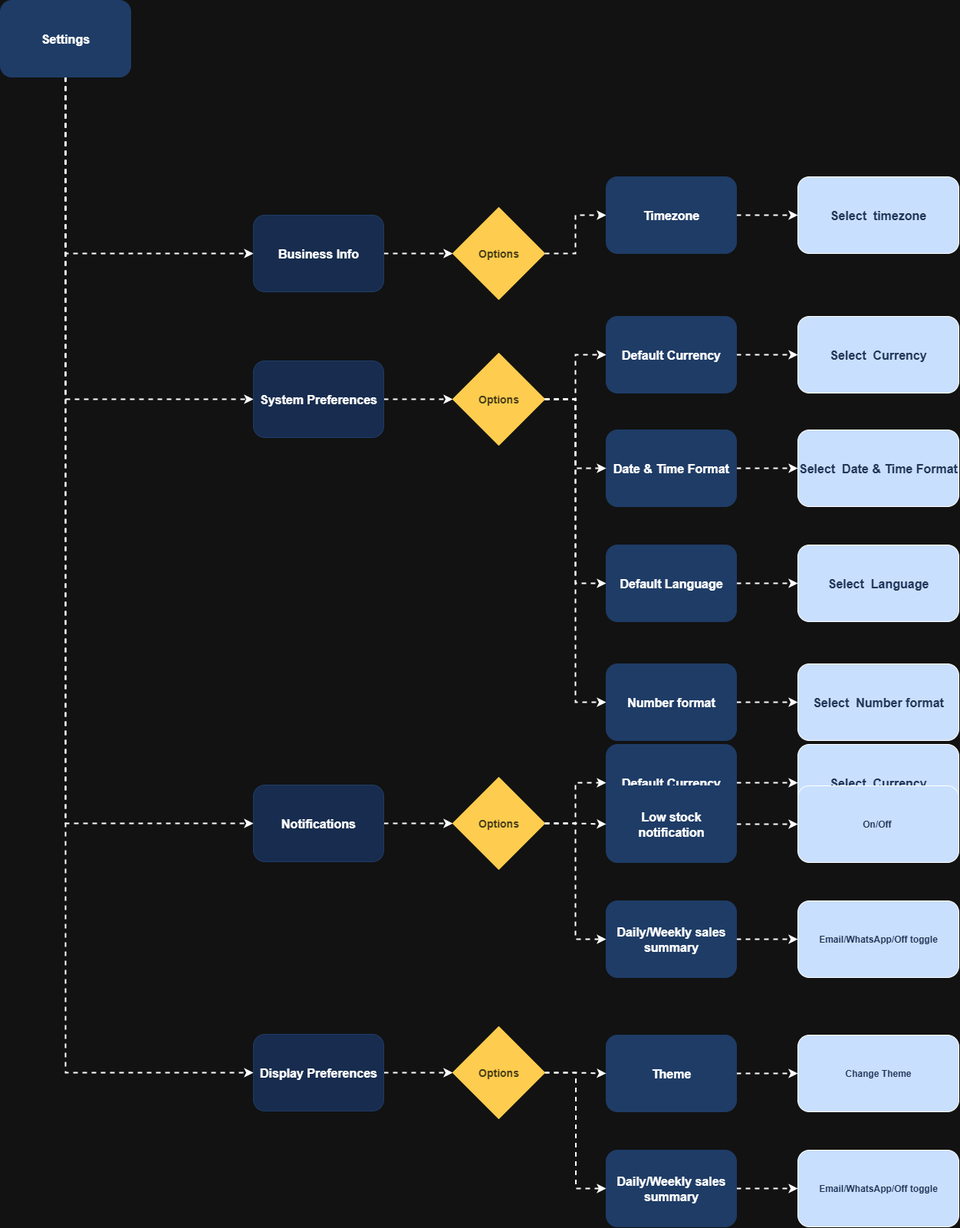
Kevalg-Solanki/MyInventory keeps this draw.io diagram as docs/Diagrams/User flow/Settings Flow.png. Above is the earlier version. Source tidied: cells renumbered, new cells last; positions are measured from the earlier drawing's top-left corner, leaving out a move shared by most shapes.
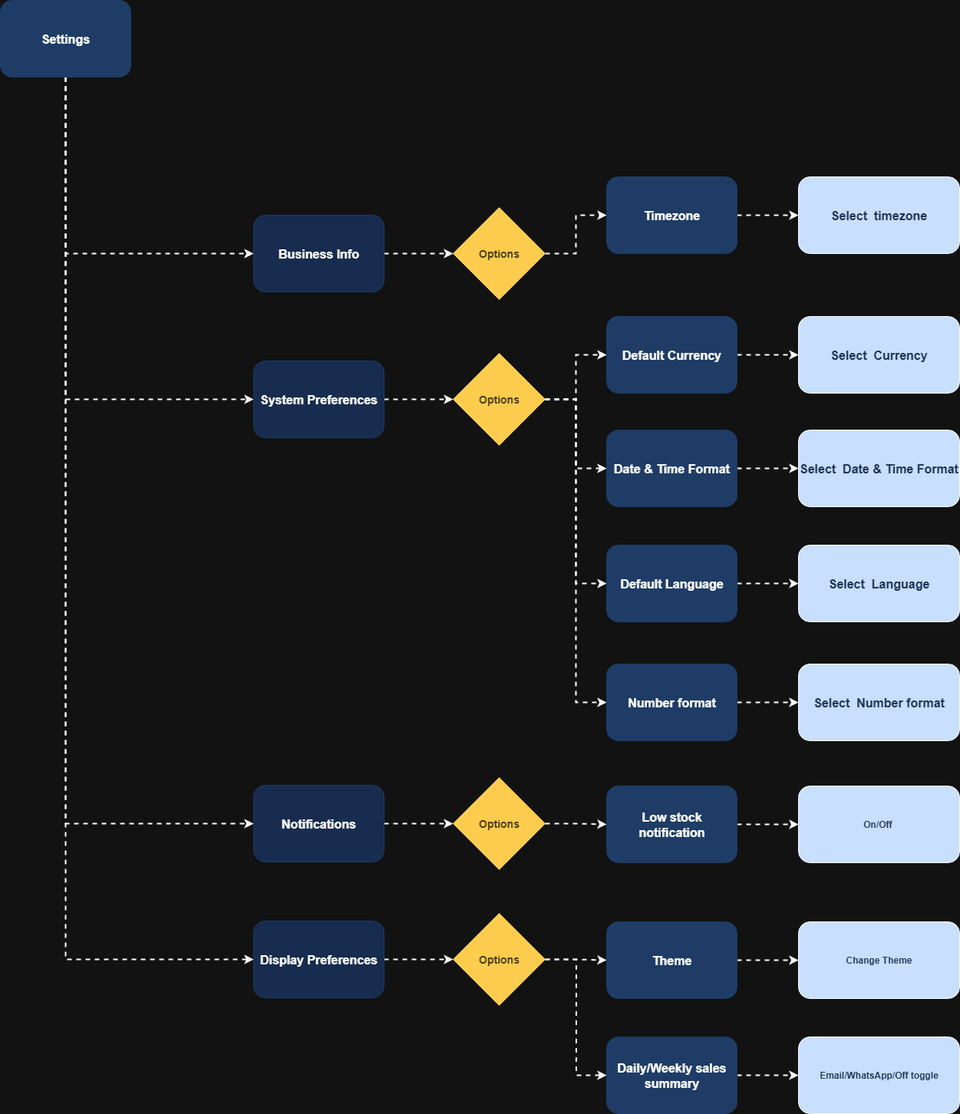
The same diagram one commit later.

Commit message:
docs(UserFlow): Fix in user flow diagrams

The edit, as a diff of the source:
```diff
@@ -28,3 +28,3 @@
         <Array as="points">
-          <mxPoint x="85" y="1398" />
+          <mxPoint x="85" y="1250" />
         </Array>
@@ -35,5 +35,5 @@
     </mxCell>
-    <mxCell id="7" style="edgeStyle=orthogonalEdgeStyle;rounded=0;jettySize=auto;html=1;entryX=0;entryY=0.5;entryDx=0;entryDy=0;dashed=1;strokeWidth=2;" parent="1" edge="1" source="8" target="10">
-      <mxGeometry relative="1" as="geometry" />
-    </mxCell>
+    <mxCell id="59" style="edgeStyle=orthogonalEdgeStyle;rounded=0;jettySize=auto;html=1;entryX=0;entryY=0.5;entryDx=0;entryDy=0;dashed=1;strokeWidth=2;" parent="1" edge="1" source="8" target="61">
+      <mxGeometry relative="1" as="geometry" />
+    </mxCell>
     <mxCell id="8" value="Business Info" style="rounded=1;whiteSpace=wrap;html=1;fillColor=light-dark(#FFFFFF,#172C4E);strokeColor=light-dark(#000000,#1E3C66);fontStyle=1;fontSize=16;" parent="1" vertex="1">
@@ -41,8 +41,8 @@
     </mxCell>
-    <mxCell id="9" style="edgeStyle=orthogonalEdgeStyle;rounded=0;jettySize=auto;html=1;entryX=0;entryY=0.5;entryDx=0;entryDy=0;dashed=1;strokeWidth=2;" parent="1" edge="1" source="10" target="12">
-      <mxGeometry relative="1" as="geometry" />
-    </mxCell>
-    <mxCell id="10" value="&lt;font style=&quot;color: light-dark(rgb(0, 0, 0), rgb(72, 62, 23));&quot;&gt;Options&lt;/font&gt;" style="rhombus;whiteSpace=wrap;html=1;horizontal=1;labelBackgroundColor=none;fillColor=light-dark(#FFFFFF,#FECC4E);fillStyle=solid;strokeColor=light-dark(#000000,#FECC4B);fontStyle=1;fontSize=14;" parent="1" vertex="1">
-      <mxGeometry x="590" y="270" width="120" height="120" as="geometry" />
-    </mxCell>
+    <mxCell id="60" style="edgeStyle=orthogonalEdgeStyle;rounded=0;jettySize=auto;html=1;entryX=0;entryY=0.5;entryDx=0;entryDy=0;dashed=1;strokeWidth=2;" parent="1" edge="1" source="61" target="12">
+      <mxGeometry relative="1" as="geometry" />
+    </mxCell>
+    <mxCell id="61" value="&lt;font style=&quot;color: light-dark(rgb(0, 0, 0), rgb(72, 62, 23));&quot;&gt;Options&lt;/font&gt;" style="rhombus;whiteSpace=wrap;html=1;horizontal=1;labelBackgroundColor=none;fillColor=light-dark(#FFFFFF,#FECC4E);fillStyle=solid;strokeColor=light-dark(#000000,#FECC4B);fontStyle=1;fontSize=14;" parent="1" vertex="1">
+      <mxGeometry x="590" y="270" width="120" height="120" as="geometry" />
+    </mxCell>
     <mxCell id="11" style="edgeStyle=orthogonalEdgeStyle;rounded=0;jettySize=auto;html=1;dashed=1;strokeWidth=2;" parent="1" edge="1" source="12" target="13">
@@ -56,5 +56,5 @@
     </mxCell>
-    <mxCell id="14" style="edgeStyle=orthogonalEdgeStyle;rounded=0;jettySize=auto;html=1;entryX=0;entryY=0.5;entryDx=0;entryDy=0;dashed=1;strokeWidth=2;" parent="1" edge="1" source="15" target="19">
-      <mxGeometry relative="1" as="geometry" />
-    </mxCell>
+    <mxCell id="62" style="edgeStyle=orthogonalEdgeStyle;rounded=0;jettySize=auto;html=1;entryX=0;entryY=0.5;entryDx=0;entryDy=0;dashed=1;strokeWidth=2;" parent="1" edge="1" source="15" target="66">
+      <mxGeometry relative="1" as="geometry" />
+    </mxCell>
     <mxCell id="15" value="System Preferences" style="rounded=1;whiteSpace=wrap;html=1;fillColor=light-dark(#FFFFFF,#172C4E);strokeColor=light-dark(#000000,#1E3C66);fontStyle=1;fontSize=16;" parent="1" vertex="1">
@@ -62,23 +62,23 @@
     </mxCell>
-    <mxCell id="16" style="edgeStyle=orthogonalEdgeStyle;rounded=0;jettySize=auto;html=1;dashed=1;strokeWidth=2;" parent="1" edge="1" source="19" target="21">
-      <mxGeometry relative="1" as="geometry" />
-    </mxCell>
-    <mxCell id="17" style="edgeStyle=orthogonalEdgeStyle;rounded=0;jettySize=auto;html=1;entryX=0;entryY=0.5;entryDx=0;entryDy=0;dashed=1;strokeWidth=2;" parent="1" edge="1" source="19" target="28">
-      <mxGeometry relative="1" as="geometry" />
-    </mxCell>
-    <mxCell id="18" style="edgeStyle=orthogonalEdgeStyle;rounded=0;jettySize=auto;html=1;entryX=0;entryY=0.5;entryDx=0;entryDy=0;dashed=1;strokeWidth=2;" parent="1" edge="1" source="19" target="31">
-      <mxGeometry relative="1" as="geometry" />
-    </mxCell>
-    <mxCell id="19" value="&lt;font style=&quot;color: light-dark(rgb(0, 0, 0), rgb(72, 62, 23));&quot;&gt;Options&lt;/font&gt;" style="rhombus;whiteSpace=wrap;html=1;horizontal=1;labelBackgroundColor=none;fillColor=light-dark(#FFFFFF,#FECC4E);fillStyle=solid;strokeColor=light-dark(#000000,#FECC4B);fontStyle=1;fontSize=14;" parent="1" vertex="1">
-      <mxGeometry x="590" y="460" width="120" height="120" as="geometry" />
-    </mxCell>
-    <mxCell id="20" style="edgeStyle=orthogonalEdgeStyle;rounded=0;jettySize=auto;html=1;entryX=0;entryY=0.5;entryDx=0;entryDy=0;dashed=1;strokeWidth=2;" parent="1" edge="1" source="21" target="22">
-      <mxGeometry relative="1" as="geometry" />
-    </mxCell>
-    <mxCell id="21" value="Default Currency" style="rounded=1;whiteSpace=wrap;html=1;fillColor=light-dark(#FFFFFF,#1E3C66);strokeColor=light-dark(#000000,#1E3C66);fontStyle=1;fontSize=16;" parent="1" vertex="1">
-      <mxGeometry x="790" y="412" width="170" height="100" as="geometry" />
-    </mxCell>
-    <mxCell id="22" value="&lt;span style=&quot;font-size: 16px;&quot;&gt;Select&amp;nbsp; Currency&lt;/span&gt;" style="rounded=1;whiteSpace=wrap;html=1;fillColor=light-dark(#FFFFFF,#C9DFFE);fontColor=light-dark(#000000,#213757);fontStyle=1;" parent="1" vertex="1">
-      <mxGeometry x="1040" y="412" width="210" height="100" as="geometry" />
-    </mxCell>
+    <mxCell id="63" style="edgeStyle=orthogonalEdgeStyle;rounded=0;jettySize=auto;html=1;dashed=1;strokeWidth=2;" parent="1" edge="1" source="66" target="68">
+      <mxGeometry relative="1" as="geometry" />
+    </mxCell>
+    <mxCell id="64" style="edgeStyle=orthogonalEdgeStyle;rounded=0;jettySize=auto;html=1;entryX=0;entryY=0.5;entryDx=0;entryDy=0;dashed=1;strokeWidth=2;" parent="1" edge="1" source="66" target="28">
+      <mxGeometry relative="1" as="geometry" />
+    </mxCell>
+    <mxCell id="65" style="edgeStyle=orthogonalEdgeStyle;rounded=0;jettySize=auto;html=1;entryX=0;entryY=0.5;entryDx=0;entryDy=0;dashed=1;strokeWidth=2;" parent="1" edge="1" source="66" target="31">
+      <mxGeometry relative="1" as="geometry" />
+    </mxCell>
+    <mxCell id="66" value="&lt;font style=&quot;color: light-dark(rgb(0, 0, 0), rgb(72, 62, 23));&quot;&gt;Options&lt;/font&gt;" style="rhombus;whiteSpace=wrap;html=1;horizontal=1;labelBackgroundColor=none;fillColor=light-dark(#FFFFFF,#FECC4E);fillStyle=solid;strokeColor=light-dark(#000000,#FECC4B);fontStyle=1;fontSize=14;" parent="1" vertex="1">
+      <mxGeometry x="590" y="460" width="120" height="120" as="geometry" />
+    </mxCell>
+    <mxCell id="67" style="edgeStyle=orthogonalEdgeStyle;rounded=0;jettySize=auto;html=1;entryX=0;entryY=0.5;entryDx=0;entryDy=0;dashed=1;strokeWidth=2;" parent="1" edge="1" source="68" target="69">
+      <mxGeometry relative="1" as="geometry" />
+    </mxCell>
+    <mxCell id="68" value="Default Currency" style="rounded=1;whiteSpace=wrap;html=1;fillColor=light-dark(#FFFFFF,#1E3C66);strokeColor=light-dark(#000000,#1E3C66);fontStyle=1;fontSize=16;" parent="1" vertex="1">
+      <mxGeometry x="790" y="412" width="170" height="100" as="geometry" />
+    </mxCell>
+    <mxCell id="69" value="&lt;span style=&quot;font-size: 16px;&quot;&gt;Select&amp;nbsp; Currency&lt;/span&gt;" style="rounded=1;whiteSpace=wrap;html=1;fillColor=light-dark(#FFFFFF,#C9DFFE);fontColor=light-dark(#000000,#213757);fontStyle=1;" parent="1" vertex="1">
+      <mxGeometry x="1040" y="412" width="210" height="100" as="geometry" />
+    </mxCell>
     <mxCell id="23" style="edgeStyle=orthogonalEdgeStyle;rounded=0;jettySize=auto;html=1;entryX=0;entryY=0.5;entryDx=0;entryDy=0;dashed=1;strokeWidth=2;" parent="1" edge="1" source="24" target="25">
@@ -92,5 +92,5 @@
     </mxCell>
-    <mxCell id="26" style="edgeStyle=orthogonalEdgeStyle;rounded=0;jettySize=auto;html=1;dashed=1;strokeWidth=2;" parent="1" edge="1" source="19" target="24">
-      <mxGeometry relative="1" as="geometry" />
-    </mxCell>
+    <mxCell id="70" style="edgeStyle=orthogonalEdgeStyle;rounded=0;jettySize=auto;html=1;dashed=1;strokeWidth=2;" parent="1" edge="1" source="66" target="24">
+      <mxGeometry relative="1" as="geometry" />
+    </mxCell>
     <mxCell id="27" style="edgeStyle=orthogonalEdgeStyle;rounded=0;jettySize=auto;html=1;entryX=0;entryY=0.5;entryDx=0;entryDy=0;dashed=1;strokeWidth=2;" parent="1" edge="1" source="28" target="29">
@@ -113,5 +113,5 @@
     </mxCell>
-    <mxCell id="33" style="edgeStyle=orthogonalEdgeStyle;rounded=0;jettySize=auto;html=1;entryX=0;entryY=0.5;entryDx=0;entryDy=0;dashed=1;strokeWidth=2;" parent="1" edge="1" source="34" target="58">
-      <mxGeometry relative="1" as="geometry" />
-    </mxCell>
+    <mxCell id="71" style="edgeStyle=orthogonalEdgeStyle;rounded=0;jettySize=auto;html=1;entryX=0;entryY=0.5;entryDx=0;entryDy=0;dashed=1;strokeWidth=2;" parent="1" edge="1" source="34" target="80">
+      <mxGeometry relative="1" as="geometry" />
+    </mxCell>
     <mxCell id="34" value="Notifications" style="rounded=1;whiteSpace=wrap;html=1;fillColor=light-dark(#FFFFFF,#172C4E);strokeColor=light-dark(#000000,#1E3C66);fontStyle=1;fontSize=16;" parent="1" vertex="1">
@@ -119,21 +119,15 @@
     </mxCell>
-    <mxCell id="35" style="edgeStyle=orthogonalEdgeStyle;rounded=0;jettySize=auto;html=1;entryX=0;entryY=0.5;entryDx=0;entryDy=0;dashed=1;strokeWidth=2;" parent="1" edge="1" source="58" target="56">
-      <mxGeometry relative="1" as="geometry" />
-    </mxCell>
-    <mxCell id="36" style="edgeStyle=orthogonalEdgeStyle;rounded=0;jettySize=auto;html=1;dashed=1;strokeWidth=2;" parent="1" edge="1" source="58" target="49">
-      <mxGeometry relative="1" as="geometry" />
-    </mxCell>
-    <mxCell id="37" style="edgeStyle=orthogonalEdgeStyle;rounded=0;jettySize=auto;html=1;entryX=0;entryY=0.5;entryDx=0;entryDy=0;dashed=1;strokeWidth=2;" parent="1" edge="1" source="38">
-      <mxGeometry relative="1" as="geometry">
-        <mxPoint x="590" y="1398" as="targetPoint" />
-      </mxGeometry>
-    </mxCell>
+    <mxCell id="72" style="edgeStyle=orthogonalEdgeStyle;rounded=0;jettySize=auto;html=1;entryX=0;entryY=0.5;entryDx=0;entryDy=0;dashed=1;strokeWidth=2;" parent="1" edge="1" source="38">
+      <mxGeometry relative="1" as="geometry">
+        <mxPoint x="590" y="1250" as="targetPoint" />
+      </mxGeometry>
+    </mxCell>
     <mxCell id="38" value="Display Preferences" style="rounded=1;whiteSpace=wrap;html=1;fillColor=light-dark(#FFFFFF,#172C4E);strokeColor=light-dark(#000000,#1E3C66);fontStyle=1;fontSize=16;" parent="1" vertex="1">
-      <mxGeometry x="330" y="1348" width="170" height="100" as="geometry" />
+      <mxGeometry x="330" y="1200" width="170" height="100" as="geometry" />
     </mxCell>
-    <mxCell id="39" style="edgeStyle=orthogonalEdgeStyle;rounded=0;jettySize=auto;html=1;entryX=0;entryY=0.5;entryDx=0;entryDy=0;dashed=1;strokeWidth=2;" parent="1" edge="1" target="45">
-      <mxGeometry relative="1" as="geometry">
-        <mxPoint x="710" y="1398" as="sourcePoint" />
-      </mxGeometry>
-    </mxCell>
+    <mxCell id="73" style="edgeStyle=orthogonalEdgeStyle;rounded=0;jettySize=auto;html=1;entryX=0;entryY=0.5;entryDx=0;entryDy=0;dashed=1;strokeWidth=2;" parent="1" edge="1" target="76">
+      <mxGeometry relative="1" as="geometry">
+        <mxPoint x="710" y="1250" as="sourcePoint" />
+      </mxGeometry>
+    </mxCell>
     <mxCell id="40" style="edgeStyle=orthogonalEdgeStyle;rounded=0;jettySize=auto;html=1;entryX=0;entryY=0.5;entryDx=0;entryDy=0;dashed=1;strokeWidth=2;" parent="1" edge="1" source="41" target="42">
@@ -142,33 +136,24 @@
     <mxCell id="41" value="Theme" style="rounded=1;whiteSpace=wrap;html=1;fillColor=light-dark(#FFFFFF,#1E3C66);strokeColor=light-dark(#000000,#1E3C66);fontStyle=1;fontSize=16;" parent="1" vertex="1">
-      <mxGeometry x="790" y="1349" width="170" height="100" as="geometry" />
+      <mxGeometry x="790" y="1201" width="170" height="100" as="geometry" />
     </mxCell>
     <mxCell id="42" value="Change Theme" style="rounded=1;whiteSpace=wrap;html=1;fillColor=light-dark(#FFFFFF,#C9DFFE);fontColor=light-dark(#000000,#213757);fontStyle=1;" parent="1" vertex="1">
-      <mxGeometry x="1040" y="1349" width="210" height="100" as="geometry" />
+      <mxGeometry x="1040" y="1201" width="210" height="100" as="geometry" />
     </mxCell>
-    <mxCell id="43" style="edgeStyle=orthogonalEdgeStyle;rounded=0;jettySize=auto;html=1;dashed=1;strokeWidth=2;" parent="1" edge="1" target="41">
-      <mxGeometry relative="1" as="geometry">
-        <mxPoint x="710" y="1398" as="sourcePoint" />
-      </mxGeometry>
-    </mxCell>
-    <mxCell id="44" style="edgeStyle=orthogonalEdgeStyle;rounded=0;jettySize=auto;html=1;entryX=0;entryY=0.5;entryDx=0;entryDy=0;dashed=1;strokeWidth=2;" parent="1" edge="1" source="45" target="46">
-      <mxGeometry relative="1" as="geometry" />
-    </mxCell>
-    <mxCell id="45" value="Daily/Weekly sales summary" style="rounded=1;whiteSpace=wrap;html=1;fillColor=light-dark(#FFFFFF,#1E3C66);strokeColor=light-dark(#000000,#1E3C66);fontStyle=1;fontSize=16;" parent="1" vertex="1">
-      <mxGeometry x="790" y="1499" width="170" height="100" as="geometry" />
-    </mxCell>
-    <mxCell id="46" value="Email/WhatsApp/Off toggle" style="rounded=1;whiteSpace=wrap;html=1;fillColor=light-dark(#FFFFFF,#C9DFFE);fontColor=light-dark(#000000,#213757);fontStyle=1;" parent="1" vertex="1">
-      <mxGeometry x="1040" y="1499" width="210" height="100" as="geometry" />
-    </mxCell>
-    <mxCell id="47" value="&lt;font style=&quot;color: light-dark(rgb(0, 0, 0), rgb(72, 62, 23));&quot;&gt;Options&lt;/font&gt;" style="rhombus;whiteSpace=wrap;html=1;horizontal=1;labelBackgroundColor=none;fillColor=light-dark(#FFFFFF,#FECC4E);fillStyle=solid;strokeColor=light-dark(#000000,#FECC4B);fontStyle=1;fontSize=14;" parent="1" vertex="1">
-      <mxGeometry x="590" y="1338" width="120" height="120" as="geometry" />
-    </mxCell>
-    <mxCell id="48" style="edgeStyle=orthogonalEdgeStyle;rounded=0;jettySize=auto;html=1;entryX=0;entryY=0.5;entryDx=0;entryDy=0;dashed=1;strokeWidth=2;" parent="1" edge="1" source="49" target="50">
-      <mxGeometry relative="1" as="geometry" />
-    </mxCell>
-    <mxCell id="49" value="Default Currency" style="rounded=1;whiteSpace=wrap;html=1;fillColor=light-dark(#FFFFFF,#1E3C66);strokeColor=light-dark(#000000,#1E3C66);fontStyle=1;fontSize=16;" parent="1" vertex="1">
-      <mxGeometry x="790" y="970" width="170" height="100" as="geometry" />
-    </mxCell>
-    <mxCell id="50" value="&lt;span style=&quot;font-size: 16px;&quot;&gt;Select&amp;nbsp; Currency&lt;/span&gt;" style="rounded=1;whiteSpace=wrap;html=1;fillColor=light-dark(#FFFFFF,#C9DFFE);fontColor=light-dark(#000000,#213757);fontStyle=1;" parent="1" vertex="1">
-      <mxGeometry x="1040" y="970" width="210" height="100" as="geometry" />
-    </mxCell>
+    <mxCell id="74" style="edgeStyle=orthogonalEdgeStyle;rounded=0;jettySize=auto;html=1;dashed=1;strokeWidth=2;" parent="1" edge="1" target="41">
+      <mxGeometry relative="1" as="geometry">
+        <mxPoint x="710" y="1250" as="sourcePoint" />
+      </mxGeometry>
+    </mxCell>
+    <mxCell id="75" style="edgeStyle=orthogonalEdgeStyle;rounded=0;jettySize=auto;html=1;entryX=0;entryY=0.5;entryDx=0;entryDy=0;dashed=1;strokeWidth=2;" parent="1" edge="1" source="76" target="77">
+      <mxGeometry relative="1" as="geometry" />
+    </mxCell>
+    <mxCell id="76" value="Daily/Weekly sales summary" style="rounded=1;whiteSpace=wrap;html=1;fillColor=light-dark(#FFFFFF,#1E3C66);strokeColor=light-dark(#000000,#1E3C66);fontStyle=1;fontSize=16;" parent="1" vertex="1">
+      <mxGeometry x="790" y="1351" width="170" height="100" as="geometry" />
+    </mxCell>
+    <mxCell id="77" value="Email/WhatsApp/Off toggle" style="rounded=1;whiteSpace=wrap;html=1;fillColor=light-dark(#FFFFFF,#C9DFFE);fontColor=light-dark(#000000,#213757);fontStyle=1;" parent="1" vertex="1">
+      <mxGeometry x="1040" y="1351" width="210" height="100" as="geometry" />
+    </mxCell>
+    <mxCell id="78" value="&lt;font style=&quot;color: light-dark(rgb(0, 0, 0), rgb(72, 62, 23));&quot;&gt;Options&lt;/font&gt;" style="rhombus;whiteSpace=wrap;html=1;horizontal=1;labelBackgroundColor=none;fillColor=light-dark(#FFFFFF,#FECC4E);fillStyle=solid;strokeColor=light-dark(#000000,#FECC4B);fontStyle=1;fontSize=14;" parent="1" vertex="1">
+      <mxGeometry x="590" y="1190" width="120" height="120" as="geometry" />
+    </mxCell>
     <mxCell id="51" style="edgeStyle=orthogonalEdgeStyle;rounded=0;jettySize=auto;html=1;entryX=0;entryY=0.5;entryDx=0;entryDy=0;dashed=1;strokeWidth=2;" parent="1" edge="1" source="52" target="53">
@@ -182,17 +167,8 @@
     </mxCell>
-    <mxCell id="54" style="edgeStyle=orthogonalEdgeStyle;rounded=0;jettySize=auto;html=1;dashed=1;strokeWidth=2;" parent="1" edge="1" source="58" target="52">
-      <mxGeometry relative="1" as="geometry" />
-    </mxCell>
-    <mxCell id="55" style="edgeStyle=orthogonalEdgeStyle;rounded=0;jettySize=auto;html=1;entryX=0;entryY=0.5;entryDx=0;entryDy=0;dashed=1;strokeWidth=2;" parent="1" edge="1" source="56" target="57">
-      <mxGeometry relative="1" as="geometry" />
-    </mxCell>
-    <mxCell id="56" value="Daily/Weekly sales summary" style="rounded=1;whiteSpace=wrap;html=1;fillColor=light-dark(#FFFFFF,#1E3C66);strokeColor=light-dark(#000000,#1E3C66);fontStyle=1;fontSize=16;" parent="1" vertex="1">
-      <mxGeometry x="790" y="1174" width="170" height="100" as="geometry" />
-    </mxCell>
-    <mxCell id="57" value="Email/WhatsApp/Off toggle" style="rounded=1;whiteSpace=wrap;html=1;fillColor=light-dark(#FFFFFF,#C9DFFE);fontColor=light-dark(#000000,#213757);fontStyle=1;" parent="1" vertex="1">
-      <mxGeometry x="1040" y="1174" width="210" height="100" as="geometry" />
-    </mxCell>
-    <mxCell id="58" value="&lt;font style=&quot;color: light-dark(rgb(0, 0, 0), rgb(72, 62, 23));&quot;&gt;Options&lt;/font&gt;" style="rhombus;whiteSpace=wrap;html=1;horizontal=1;labelBackgroundColor=none;fillColor=light-dark(#FFFFFF,#FECC4E);fillStyle=solid;strokeColor=light-dark(#000000,#FECC4B);fontStyle=1;fontSize=14;" parent="1" vertex="1">
-      <mxGeometry x="590" y="1013" width="120" height="120" as="geometry" />
-    </mxCell>
+    <mxCell id="79" style="edgeStyle=orthogonalEdgeStyle;rounded=0;jettySize=auto;html=1;dashed=1;strokeWidth=2;" parent="1" edge="1" source="80" target="52">
+      <mxGeometry relative="1" as="geometry" />
+    </mxCell>
+    <mxCell id="80" value="&lt;font style=&quot;color: light-dark(rgb(0, 0, 0), rgb(72, 62, 23));&quot;&gt;Options&lt;/font&gt;" style="rhombus;whiteSpace=wrap;html=1;horizontal=1;labelBackgroundColor=none;fillColor=light-dark(#FFFFFF,#FECC4E);fillStyle=solid;strokeColor=light-dark(#000000,#FECC4B);fontStyle=1;fontSize=14;" parent="1" vertex="1">
+      <mxGeometry x="590" y="1013" width="120" height="120" as="geometry" />
+    </mxCell>
   </root>
```
